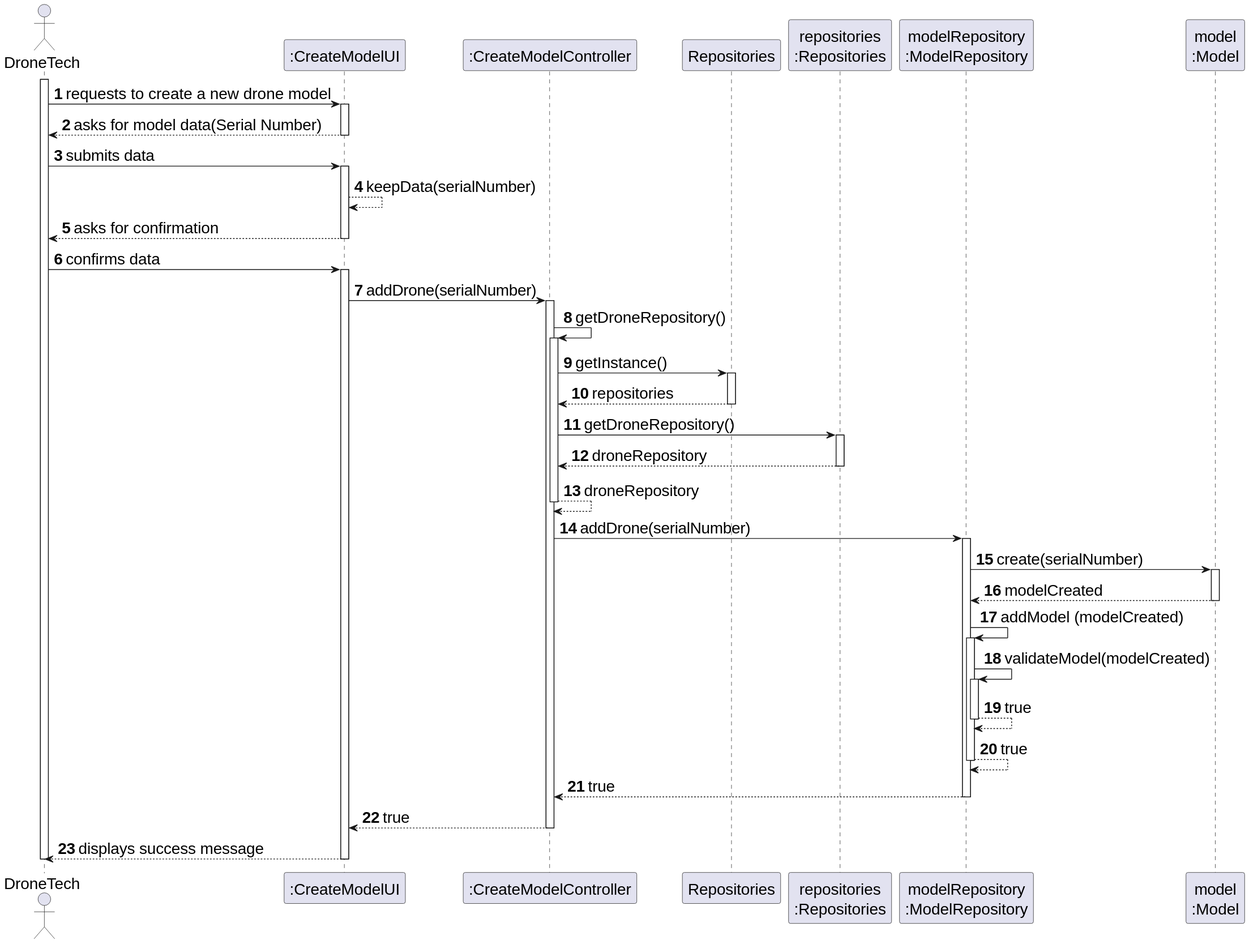
Earlier version of the PlantUML export docs/SPRINT_2/US241/images/sequence_model_us241.svg (diogoveirospro/sem4pi-2024-2025-sem4pi_2024_2025_g44).
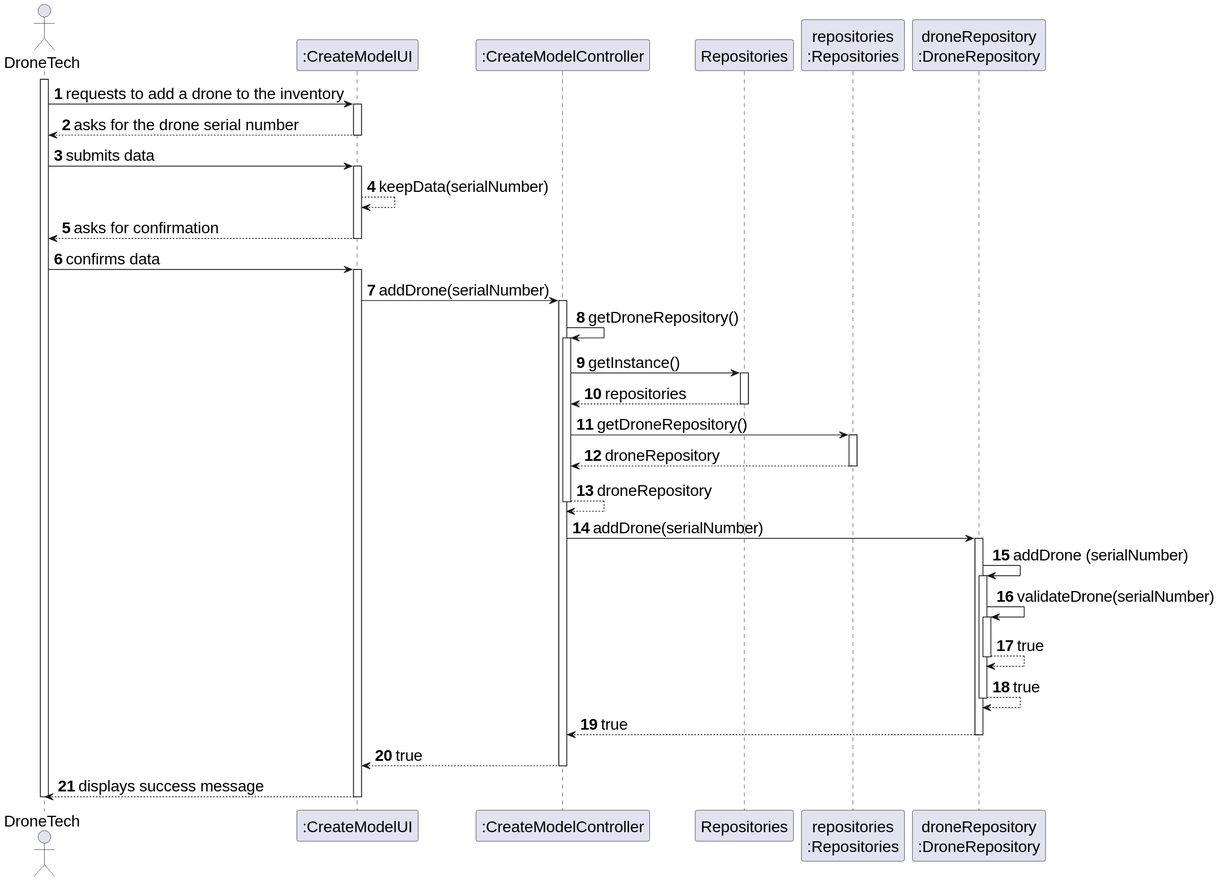
After the change.

Commit message:
#6 Elimination of domain model IDs.

Diff of the diagram source:
```diff
@@ -10,14 +10,13 @@
 participant ":CreateModelController" as CTRL
 participant "Repositories" as REPOS
 participant "repositories\n:Repositories" as REPOS_SINGLETON
-participant "modelRepository\n:ModelRepository" as MOD_REPO
-participant "model\n:Model" as MODEL
+participant "droneRepository\n:DroneRepository" as DRN_REPO
 
 activate DT
 
-DT -> UI : requests to create a new drone model
+DT -> UI : requests to add a drone to the inventory
 activate UI
-    UI --> DT : asks for model data(Serial Number)
+    UI --> DT : asks for the drone serial number
         deactivate UI
     DT -> UI : submits data
     activate UI
@@ -41,26 +40,20 @@
         deactivate REPOS_SINGLETON
         CTRL -->CTRL : droneRepository
         deactivate CTRL
-            CTRL -> MOD_REPO : addDrone(serialNumber)
-            activate MOD_REPO
+            CTRL -> DRN_REPO : addDrone(serialNumber)
+            activate DRN_REPO
 
+        DRN_REPO -> DRN_REPO: addDrone (serialNumber)
+                activate DRN_REPO
+                    DRN_REPO -> DRN_REPO: validateDrone(serialNumber)
+                    activate DRN_REPO
+                        DRN_REPO --> DRN_REPO : true
+                    deactivate DRN_REPO
 
-
-        MOD_REPO -> MODEL : create(serialNumber)
-        activate MODEL
-        MODEL --> MOD_REPO : modelCreated
-        deactivate MODEL
-        MOD_REPO -> MOD_REPO: addModel (modelCreated)
-                activate MOD_REPO
-                    MOD_REPO -> MOD_REPO: validateModel(modelCreated)
-                    activate MOD_REPO
-                        MOD_REPO --> MOD_REPO : true
-                    deactivate MOD_REPO
-
-                    MOD_REPO --> MOD_REPO : true
-                deactivate MOD_REPO
-            MOD_REPO --> CTRL : true
-        deactivate MOD_REPO
+                    DRN_REPO --> DRN_REPO : true
+                deactivate DRN_REPO
+            DRN_REPO --> CTRL : true
+        deactivate DRN_REPO
 
         CTRL --> UI : true
     deactivate CTRL
```
